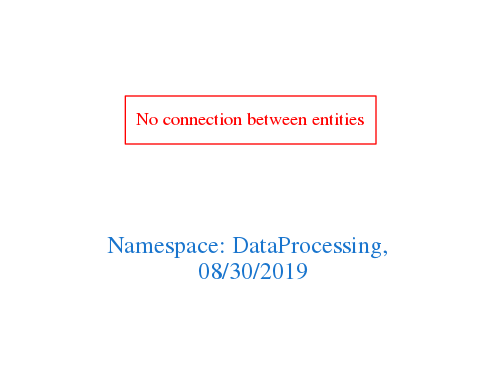
Earlier version of the Graphviz export downloads/DataProcessing.png (arago/OGIT). Its source is kept beside it as downloads/DataProcessing.dot.
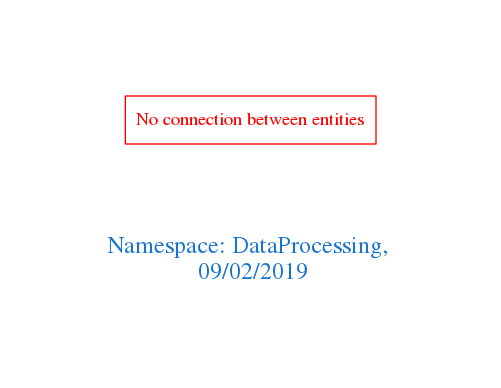
The same diagram one commit later.

Diff of the diagram source:
```diff
@@ -1,7 +1,7 @@
 digraph OGIT_ontology {
  graph [ rankdir= LR,pad=1
 fontsize = 18,
-fontcolor= dodgerblue3,label = "\n\n\nNamespace: DataProcessing, \n 08/30/2019"];
+fontcolor= dodgerblue3,label = "\n\n\nNamespace: DataProcessing, \n 09/02/2019"];
 node[shape=polygon];
 edge [  color="gray81"];
 
```
